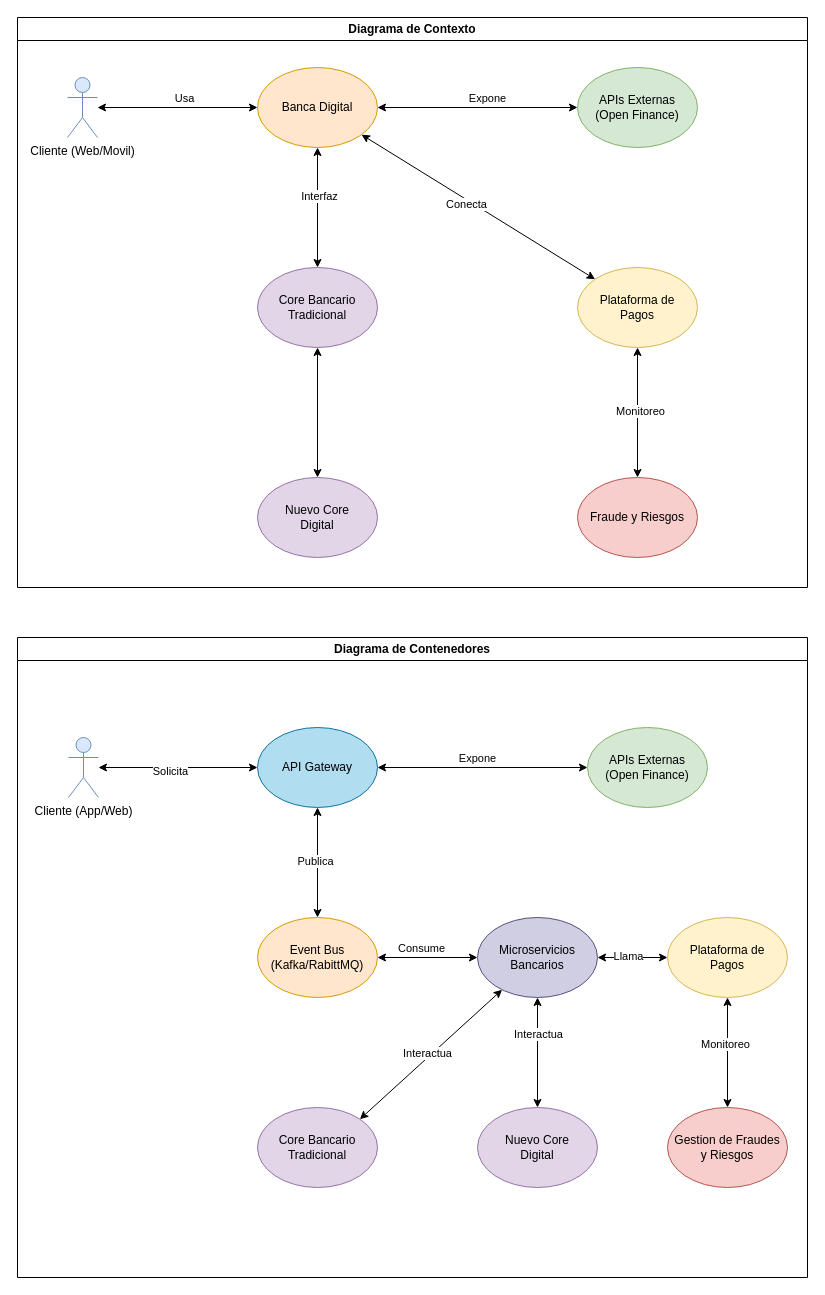
The draw.io diagram page "C4-Ctx" (1 of 3) of c4_diagrams.drawio in davidguillermofg/arch, before the edit. Source tidied: cells renumbered, new cells numbered last; positions are measured from the earlier drawing's top-left corner, leaving out a move shared by most shapes. Both pictures are drawn from the tidied source at 100%, with x=0, y=0 at pixel (17, 17).
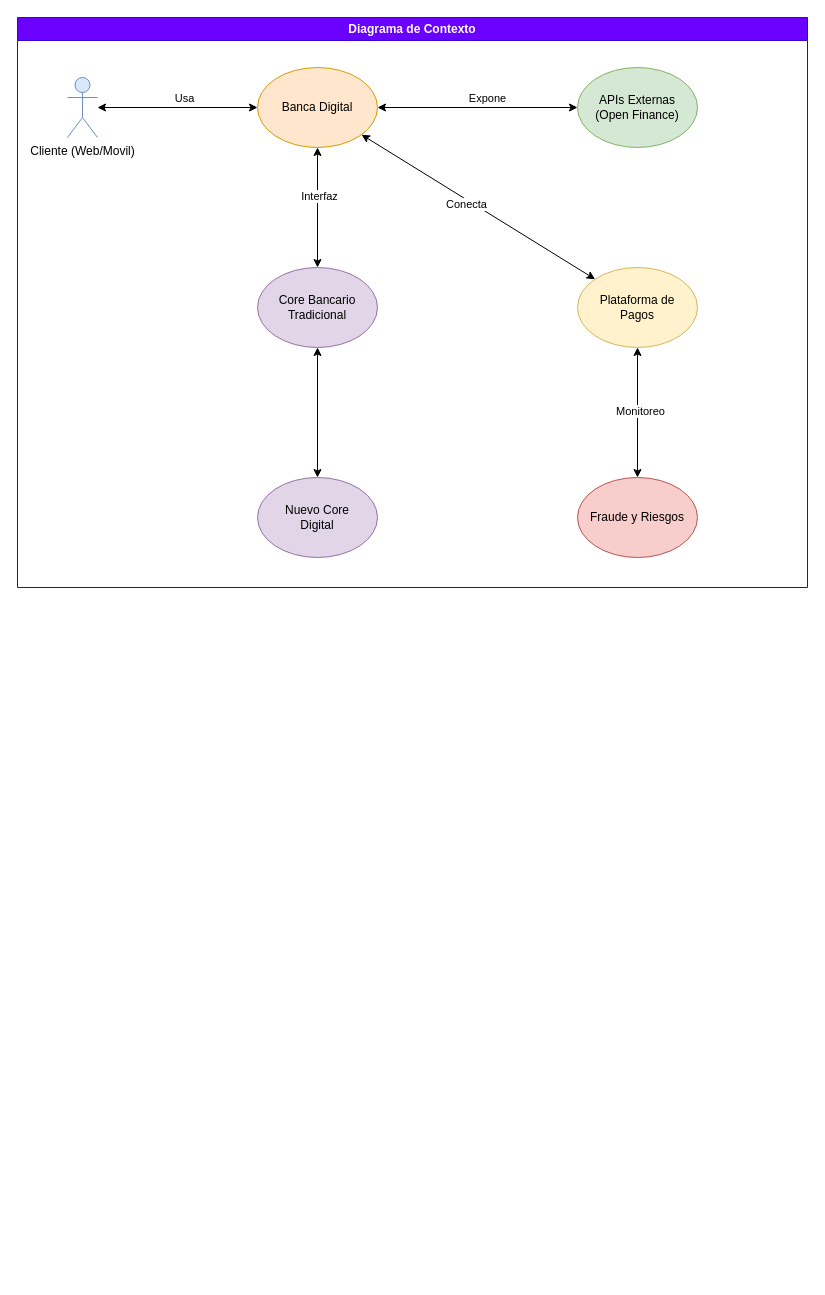
The same page after the edit.

The edit, as a diff of the source:
```diff
@@
-    <mxCell id="20" value="Diagrama de Contexto" style="swimlane;whiteSpace=wrap;html=1;" parent="1" vertex="1">
+    <mxCell id="20" value="Diagrama de Contexto" style="swimlane;whiteSpace=wrap;html=1;fillColor=#6a00ff;fontColor=#ffffff;strokeColor=#3700CC;" parent="1" vertex="1">
       <mxGeometry width="790" height="570" as="geometry" />
     </mxCell>
-    <mxCell id="21" value="Diagrama de Contenedores" style="swimlane;whiteSpace=wrap;html=1;" parent="1" vertex="1">
-      <mxGeometry y="620" width="790" height="640" as="geometry" />
-    </mxCell>
-    <mxCell id="22" value="Cliente (App/Web)" style="shape=umlActor;verticalLabelPosition=bottom;verticalAlign=top;html=1;outlineConnect=0;fillColor=#dae8fc;strokeColor=#6c8ebf;" parent="21" vertex="1">
-      <mxGeometry x="51" y="100" width="30" height="60" as="geometry" />
-    </mxCell>
-    <mxCell id="23" value="API Gateway" style="ellipse;whiteSpace=wrap;html=1;fillColor=#b1ddf0;strokeColor=#10739e;" parent="21" vertex="1">
-      <mxGeometry x="240" y="90" width="120" height="80" as="geometry" />
-    </mxCell>
-    <mxCell id="24" style="endArrow=classic;startArrow=classic;html=1;rounded=0;entryX=0;entryY=0.5;entryDx=0;entryDy=0;" parent="21" edge="1" source="22" target="23">
-      <mxGeometry relative="1" as="geometry" />
-    </mxCell>
-    <mxCell id="25" value="Solicita" style="edgeLabel;html=1;align=center;verticalAlign=middle;" parent="24" vertex="1">
-      <mxGeometry x="-0.11" y="-3" relative="1" as="geometry" />
-    </mxCell>
-    <mxCell id="26" value="APIs Externas&lt;div&gt;(Open Finance)&lt;/div&gt;" style="ellipse;whiteSpace=wrap;html=1;fillColor=#d5e8d4;strokeColor=#82b366;" parent="21" vertex="1">
-      <mxGeometry x="570" y="90" width="120" height="80" as="geometry" />
-    </mxCell>
-    <mxCell id="27" value="Event Bus&lt;div&gt;(Kafka/RabittMQ)&lt;/div&gt;" style="ellipse;whiteSpace=wrap;html=1;fillColor=#ffe6cc;strokeColor=#d79b00;" parent="21" vertex="1">
-      <mxGeometry x="240" y="280" width="120" height="80" as="geometry" />
-    </mxCell>
-    <mxCell id="28" value="Microservicios&lt;div&gt;Bancarios&lt;/div&gt;" style="ellipse;whiteSpace=wrap;html=1;fillColor=#d0cee2;strokeColor=#56517e;" parent="21" vertex="1">
-      <mxGeometry x="460" y="280" width="120" height="80" as="geometry" />
-    </mxCell>
-    <mxCell id="29" value="Plataforma de&lt;div&gt;Pagos&lt;/div&gt;" style="ellipse;whiteSpace=wrap;html=1;fillColor=#fff2cc;strokeColor=#d6b656;" parent="21" vertex="1">
-      <mxGeometry x="650" y="280" width="120" height="80" as="geometry" />
-    </mxCell>
-    <mxCell id="30" value="Core Bancario&lt;div&gt;Tradicional&lt;/div&gt;" style="ellipse;whiteSpace=wrap;html=1;fillColor=#e1d5e7;strokeColor=#9673a6;" parent="21" vertex="1">
-      <mxGeometry x="240" y="470" width="120" height="80" as="geometry" />
-    </mxCell>
-    <mxCell id="31" value="Nuevo Core&lt;div&gt;Digital&lt;/div&gt;" style="ellipse;whiteSpace=wrap;html=1;fillColor=#e1d5e7;strokeColor=#9673a6;" parent="21" vertex="1">
-      <mxGeometry x="460" y="470" width="120" height="80" as="geometry" />
-    </mxCell>
-    <mxCell id="32" value="Gestion de Fraudes&lt;div&gt;y Riesgos&lt;/div&gt;" style="ellipse;whiteSpace=wrap;html=1;fillColor=#f8cecc;strokeColor=#b85450;" parent="21" vertex="1">
-      <mxGeometry x="650" y="470" width="120" height="80" as="geometry" />
-    </mxCell>
-    <mxCell id="33" style="endArrow=classic;startArrow=classic;html=1;rounded=0;entryX=0.5;entryY=1;entryDx=0;entryDy=0;exitX=0.5;exitY=0;exitDx=0;exitDy=0;" parent="21" edge="1" source="27" target="23">
-      <mxGeometry relative="1" as="geometry" />
-    </mxCell>
-    <mxCell id="34" value="Publica" style="edgeLabel;html=1;align=center;verticalAlign=middle;" parent="33" vertex="1">
-      <mxGeometry x="0.04" y="3" relative="1" as="geometry" />
-    </mxCell>
-    <mxCell id="35" style="endArrow=classic;startArrow=classic;html=1;rounded=0;entryX=0;entryY=0.5;entryDx=0;entryDy=0;exitX=1;exitY=0.5;exitDx=0;exitDy=0;" parent="21" edge="1" source="27" target="28">
-      <mxGeometry relative="1" as="geometry" />
-    </mxCell>
-    <mxCell id="36" value="Consume" style="edgeLabel;html=1;align=center;verticalAlign=middle;" parent="35" vertex="1">
-      <mxGeometry x="-0.42" y="2" relative="1" as="geometry">
-        <mxPoint x="14" y="-8" as="offset" />
-      </mxGeometry>
-    </mxCell>
-    <mxCell id="37" style="endArrow=classic;startArrow=classic;html=1;rounded=0;entryX=0;entryY=0.5;entryDx=0;entryDy=0;exitX=1;exitY=0.5;exitDx=0;exitDy=0;" parent="21" edge="1" source="23" target="26">
-      <mxGeometry relative="1" as="geometry" />
-    </mxCell>
-    <mxCell id="38" value="Expone" style="edgeLabel;html=1;align=center;verticalAlign=middle;" parent="37" vertex="1">
-      <mxGeometry x="-0.33" y="-3" relative="1" as="geometry">
-        <mxPoint x="29" y="-13" as="offset" />
-      </mxGeometry>
-    </mxCell>
-    <mxCell id="39" style="endArrow=classic;startArrow=classic;html=1;rounded=0;entryX=0;entryY=0.5;entryDx=0;entryDy=0;exitX=1;exitY=0.5;exitDx=0;exitDy=0;" parent="21" edge="1" source="28" target="29">
-      <mxGeometry relative="1" as="geometry" />
-    </mxCell>
-    <mxCell id="40" value="Llama" style="edgeLabel;html=1;align=center;verticalAlign=middle;" parent="39" vertex="1">
-      <mxGeometry x="-0.14" y="2" relative="1" as="geometry" />
-    </mxCell>
-    <mxCell id="41" style="endArrow=classic;startArrow=classic;html=1;rounded=0;exitX=1;exitY=0;exitDx=0;exitDy=0;" parent="21" edge="1" source="30" target="28">
-      <mxGeometry relative="1" as="geometry" />
-    </mxCell>
-    <mxCell id="42" value="Interactua" style="edgeLabel;html=1;align=center;verticalAlign=middle;" parent="41" vertex="1">
-      <mxGeometry x="-0.02" y="4" relative="1" as="geometry" />
-    </mxCell>
-    <mxCell id="43" style="endArrow=classic;startArrow=classic;html=1;rounded=0;entryX=0.5;entryY=1;entryDx=0;entryDy=0;exitX=0.5;exitY=0;exitDx=0;exitDy=0;" parent="21" edge="1" source="31" target="28">
-      <mxGeometry relative="1" as="geometry" />
-    </mxCell>
-    <mxCell id="44" value="Interactua" style="edgeLabel;html=1;align=center;verticalAlign=middle;" parent="43" vertex="1">
-      <mxGeometry x="0.35" relative="1" as="geometry" />
-    </mxCell>
-    <mxCell id="45" style="endArrow=classic;startArrow=classic;html=1;rounded=0;entryX=0.5;entryY=1;entryDx=0;entryDy=0;" parent="21" edge="1" source="32" target="29">
-      <mxGeometry relative="1" as="geometry" />
-    </mxCell>
-    <mxCell id="46" value="Monitoreo" style="edgeLabel;html=1;align=center;verticalAlign=middle;" parent="45" vertex="1">
-      <mxGeometry x="0.16" y="3" relative="1" as="geometry" />
-    </mxCell>
```
